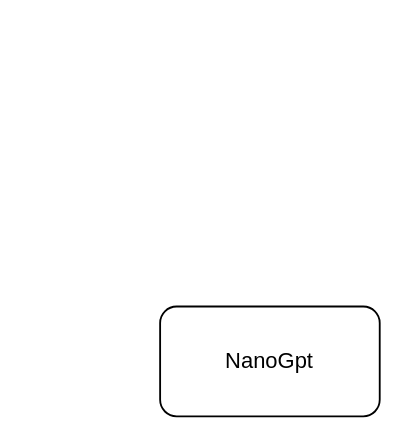
Above: Archtechture/Challenge.drawio in htatemura/LLM (draw.io), before the change. Source tidied: cells renumbered, new cells numbered last; positions are measured from the earlier drawing's top-left corner, leaving out a move shared by most shapes. Both pictures are drawn from the tidied source at 183%, with x=0, y=0 at pixel (159, 306).
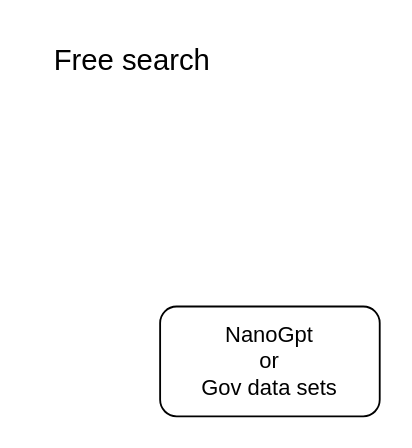
The same diagram, later.

What changed in the source:
```diff
@@
 <mxGraphModel>
   <root>
     <mxCell id="0" />
     <mxCell id="1" parent="0" />
-    <mxCell id="2" value="NanoGpt" style="rounded=1;whiteSpace=wrap;html=1;" parent="1" vertex="1">
+    <mxCell id="2" value="NanoGpt&lt;div&gt;or&lt;/div&gt;&lt;div&gt;Gov data sets&lt;/div&gt;" style="rounded=1;whiteSpace=wrap;html=1;" parent="1" vertex="1">
       <mxGeometry width="120" height="60" as="geometry" />
     </mxCell>
+    <mxCell id="3" value="Free search" style="text;html=1;whiteSpace=wrap;strokeColor=none;fillColor=none;align=center;verticalAlign=middle;rounded=0;fontSize=16;" parent="1" vertex="1">
+      <mxGeometry x="-70" y="-150" width="110" height="30" as="geometry" />
+    </mxCell>
   </root>
 </mxGraphModel>
```
